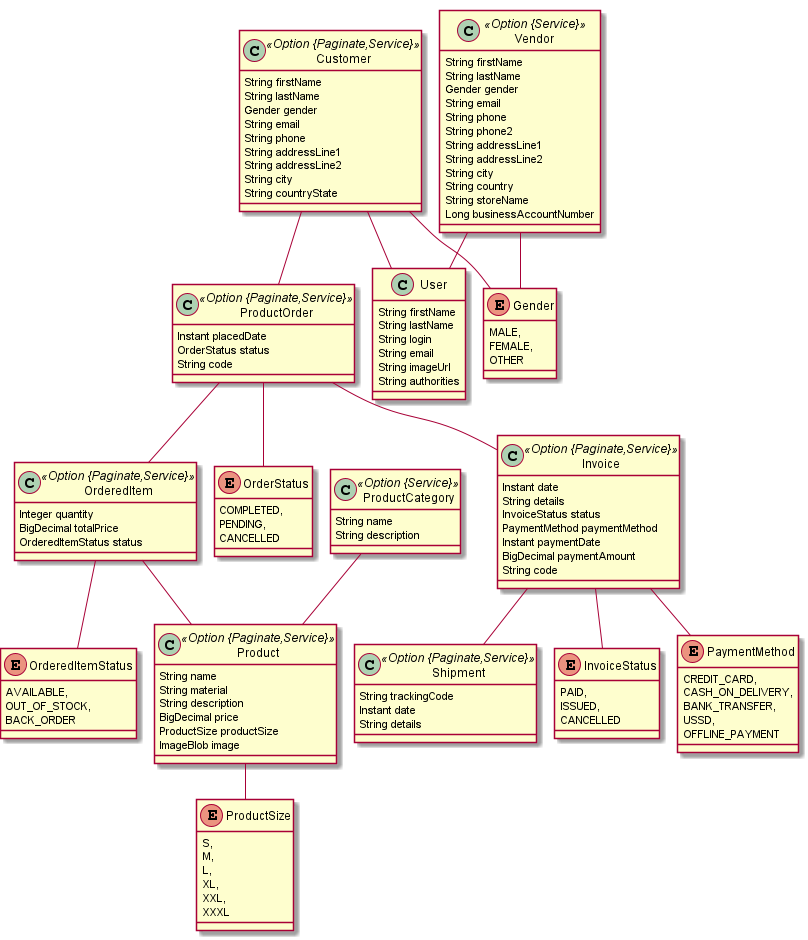
The PlantUML diagram online-store.png in ZraelTz/online-store, before a commit.
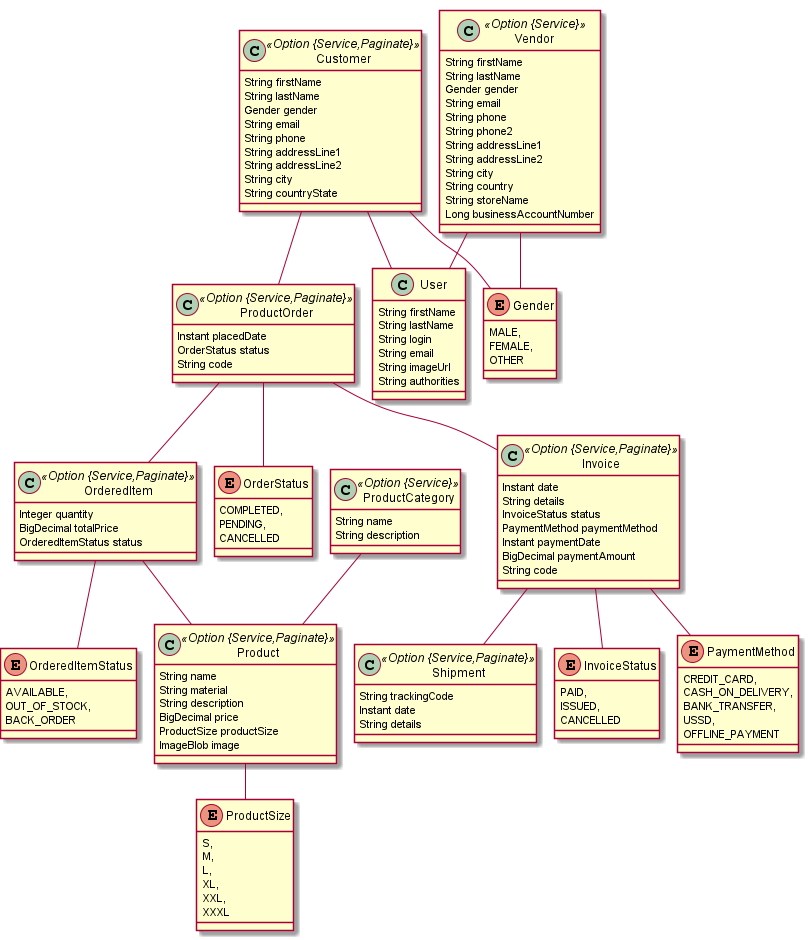
Later version of the same file.

Change to the diagram source:
```diff
@@ -1,7 +1,7 @@
 @startuml
 	!pragma graphviz_dot jdot
 	!pragma syntax class
-	class Customer <<Option {Paginate,Service}>> {
+	class Customer <<Option {Service,Paginate}>> {
 		String firstName
 		String lastName
 		Gender gender
@@ -13,7 +13,7 @@
 		String countryState
 	}
 	Customer ..> Gender
-	class Invoice <<Option {Paginate,Service}>> {
+	class Invoice <<Option {Service,Paginate}>> {
 		Instant date
 		String details
 		InvoiceStatus status
@@ -24,13 +24,13 @@
 	}
 	Invoice ..> InvoiceStatus
 	Invoice ..> PaymentMethod
-	class OrderedItem <<Option {Paginate,Service}>> {
+	class OrderedItem <<Option {Service,Paginate}>> {
 		Integer quantity
 		BigDecimal totalPrice
 		OrderedItemStatus status
 	}
 	OrderedItem ..> OrderedItemStatus
-	class Product <<Option {Paginate,Service}>> {
+	class Product <<Option {Service,Paginate}>> {
 		String name
 		String material
 		String description
@@ -43,13 +43,13 @@
 		String name
 		String description
 	}
-	class ProductOrder <<Option {Paginate,Service}>> {
+	class ProductOrder <<Option {Service,Paginate}>> {
 		Instant placedDate
 		OrderStatus status
 		String code
 	}
 	ProductOrder ..> OrderStatus
-	class Shipment <<Option {Paginate,Service}>> {
+	class Shipment <<Option {Service,Paginate}>> {
 		String trackingCode
 		Instant date
 		String details
@@ -106,8 +106,8 @@
 	}
 	Customer  "user(login) 0..1 " -- "0..1 "  User
 	Vendor  "user(login) 0..1 " -- "0..1 "  User
-	ProductOrder  "invoice 0..1 " --o "order(code)  1..* "  Invoice
-	ProductOrder  "orderedItem 0..1 " --o "order(code)  1..* "  OrderedItem
+	ProductOrder  "invoice 0..1 " --o "productOrder(code)  1..* "  Invoice
+	ProductOrder  "orderedItem 0..1 " --o "productOrder(code)  1..* "  OrderedItem
 	ProductCategory  "product 0..1 " --o "productCategory(name)  1..* "  Product
 	Customer  "order 0..1 " --o "customer(email)  1..* "  ProductOrder
 	Invoice  "shipment 0..1 " --o "invoice(code)  1..* "  Shipment
```
